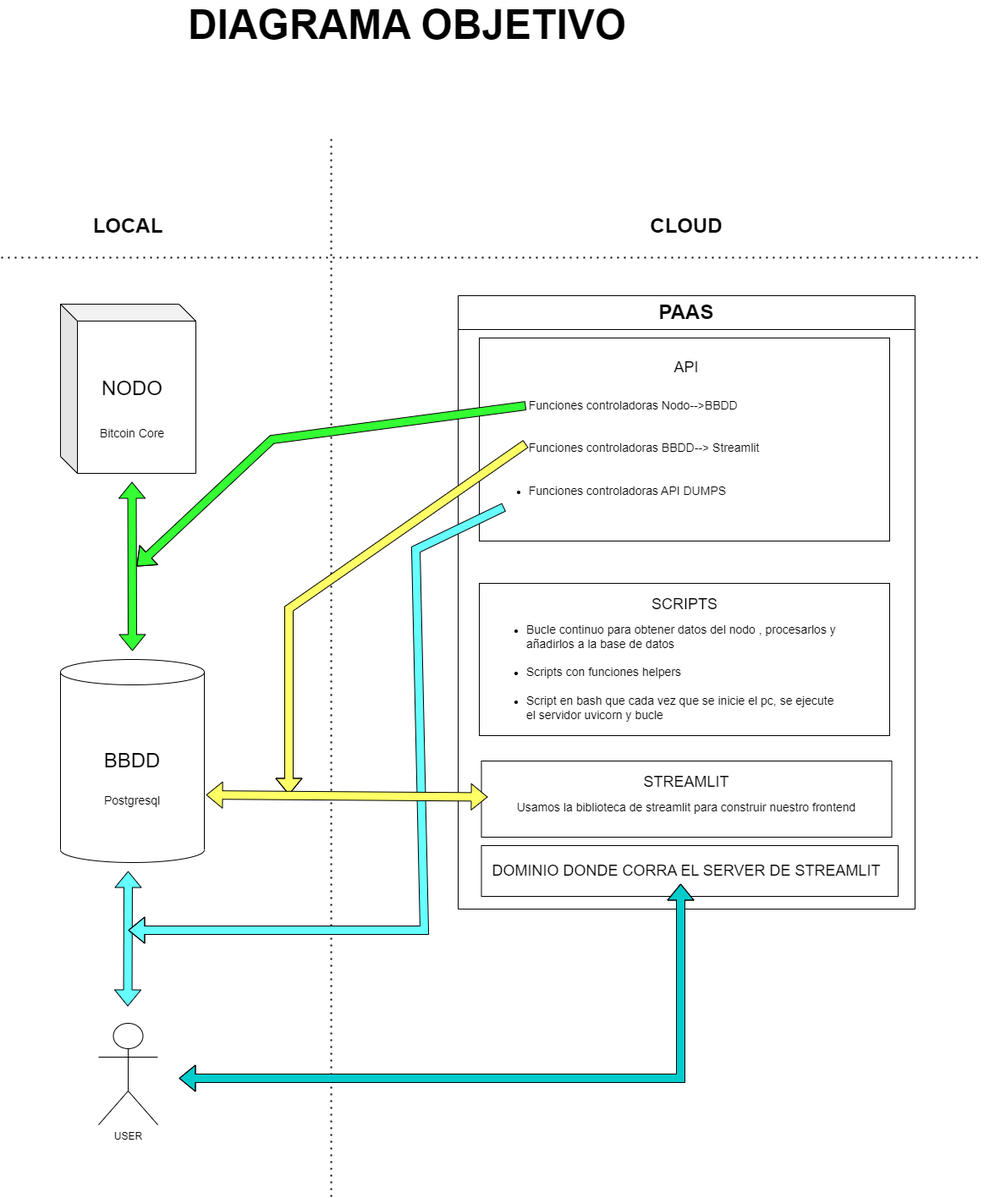
This is nodeanalytica.drawio.png from Block-Mole/diagrams, a draw.io export, as it was before one commit. Source tidied: cells renumbered, new cells last; positions are measured from the earlier drawing's top-left corner, leaving out a move shared by most shapes.
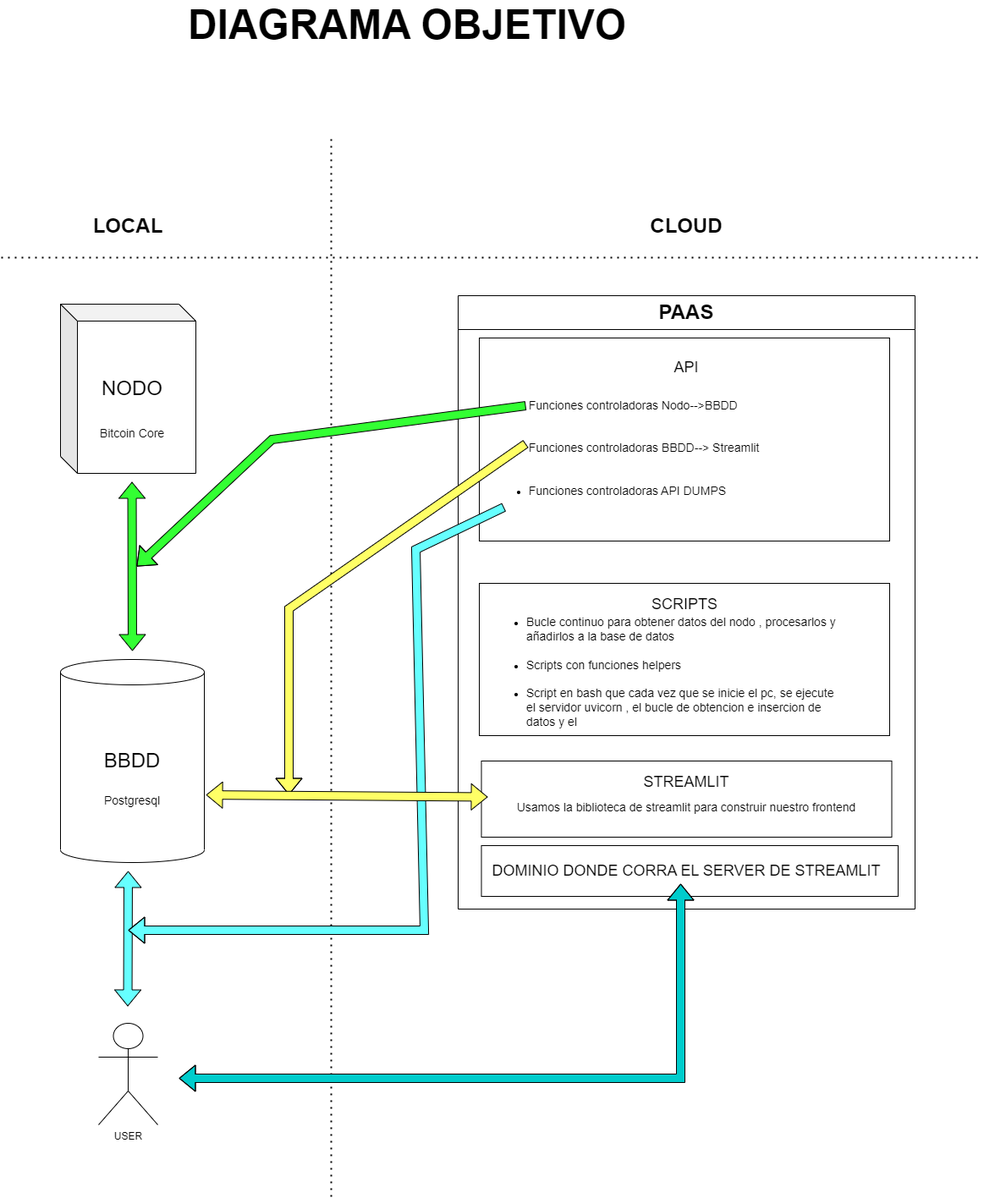
After the commit.

Diff of the diagram source:
```diff
@@ -50,7 +50,7 @@
     <mxCell id="16" value="&lt;font style=&quot;font-size: 18px;&quot;&gt;SCRIPTS&lt;/font&gt;" style="text;html=1;strokeColor=none;fillColor=none;align=center;verticalAlign=middle;whiteSpace=wrap;rounded=0;" parent="9" vertex="1">
       <mxGeometry x="237.5" y="350" width="60" height="30" as="geometry" />
     </mxCell>
-    <mxCell id="17" value="&lt;ul&gt;&lt;li style=&quot;text-align: left;&quot;&gt;&lt;span style=&quot;font-size: 14px;&quot;&gt;Bucle continuo para obtener datos del nodo , procesarlos y añadirlos a la base de datos&lt;br&gt;&lt;br&gt;&lt;/span&gt;&lt;/li&gt;&lt;li style=&quot;text-align: left;&quot;&gt;&lt;span style=&quot;font-size: 14px;&quot;&gt;Scripts con funciones helpers&lt;br&gt;&lt;br&gt;&lt;/span&gt;&lt;/li&gt;&lt;li style=&quot;text-align: left;&quot;&gt;&lt;span style=&quot;font-size: 14px;&quot;&gt;Script en bash que cada vez que se inicie el pc, se ejecute el servidor uvicorn y bucle&lt;/span&gt;&lt;/li&gt;&lt;/ul&gt;" style="text;html=1;strokeColor=none;fillColor=none;align=center;verticalAlign=middle;whiteSpace=wrap;rounded=0;" parent="9" vertex="1">
+    <mxCell id="17" value="&lt;ul&gt;&lt;li style=&quot;text-align: left;&quot;&gt;&lt;span style=&quot;font-size: 14px;&quot;&gt;Bucle continuo para obtener datos del nodo , procesarlos y añadirlos a la base de datos&lt;br&gt;&lt;br&gt;&lt;/span&gt;&lt;/li&gt;&lt;li style=&quot;text-align: left;&quot;&gt;&lt;span style=&quot;font-size: 14px;&quot;&gt;Scripts con funciones helpers&lt;br&gt;&lt;br&gt;&lt;/span&gt;&lt;/li&gt;&lt;li style=&quot;text-align: left;&quot;&gt;&lt;span style=&quot;font-size: 14px;&quot;&gt;Script en bash que cada vez que se inicie el pc, se ejecute el servidor uvicorn , el bucle de obtencion e insercion de datos y el&amp;nbsp;&lt;/span&gt;&lt;/li&gt;&lt;/ul&gt;" style="text;html=1;strokeColor=none;fillColor=none;align=center;verticalAlign=middle;whiteSpace=wrap;rounded=0;" parent="9" vertex="1">
       <mxGeometry x="40" y="390" width="417.5" height="110" as="geometry" />
     </mxCell>
     <mxCell id="18" style="rounded=0;whiteSpace=wrap;html=1;" parent="9" vertex="1">
```
